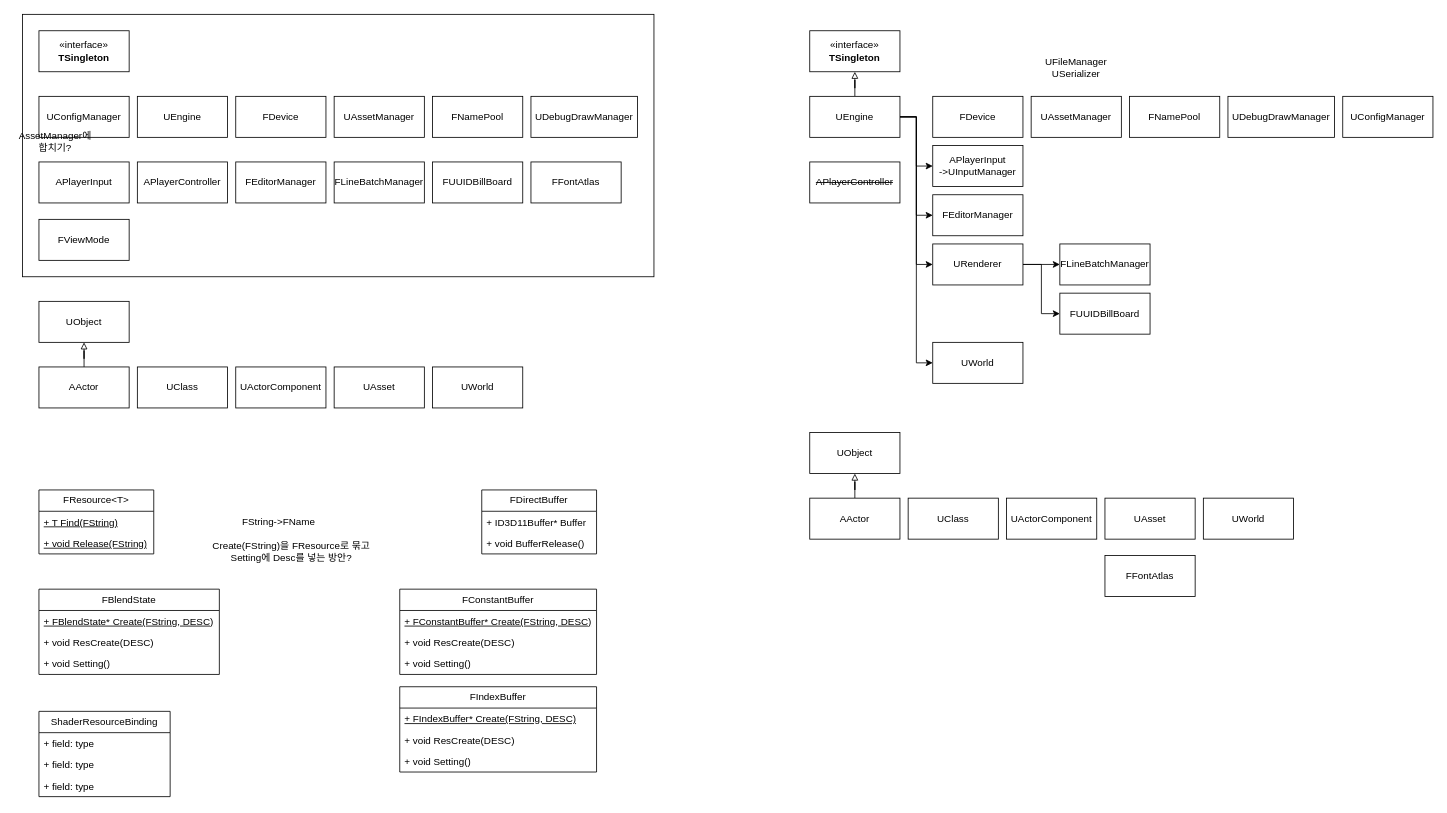
Before: page "페이지-1" (1 of 2) of classDIagram.drawio in botteyu1/Week2-Engine, a draw.io diagram. Source tidied: cells renumbered, new cells numbered last; positions are measured from the earlier drawing's top-left corner, leaving out a move shared by most shapes. Both pictures are drawn from the tidied source at 82%, with x=0, y=0 at pixel (14, 14).
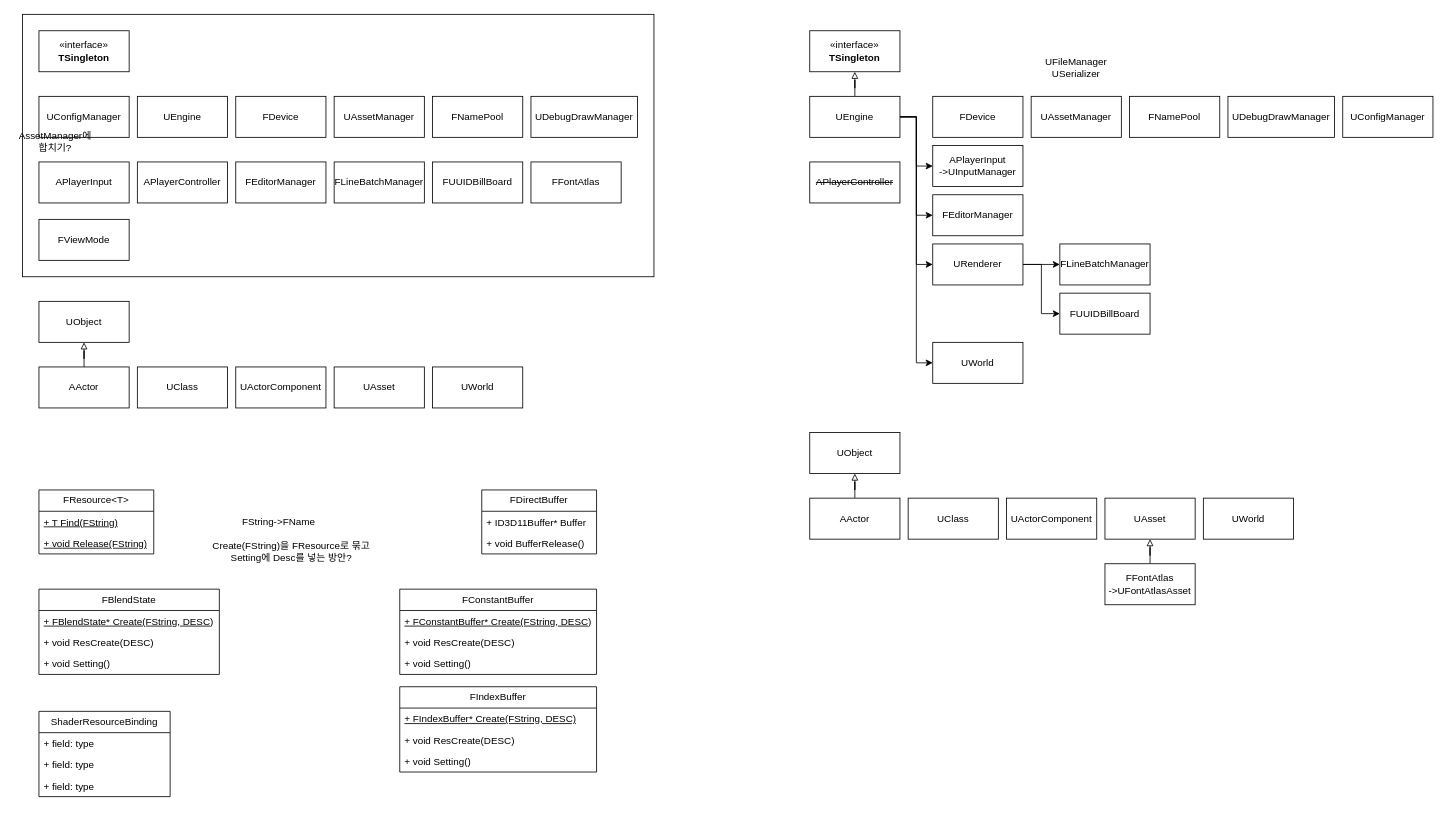
After the change.

Unchanged cells that the change refers to:
```xml
<mxCell id="65" value="UAsset" style="html=1;whiteSpace=wrap;" parent="1" vertex="1">
  <mxGeometry x="1330" y="590" width="110" height="50" as="geometry" />
</mxCell>
```

The edit, as a diff of the source:
```diff
@@
+    <mxCell id="79" style="edgeStyle=orthogonalEdgeStyle;rounded=0;jettySize=auto;html=1;entryX=0.5;entryY=1;entryDx=0;entryDy=0;endArrow=block;endFill=0;" parent="1" edge="1" source="53" target="65">
+      <mxGeometry relative="1" as="geometry" />
+    </mxCell>
-    <mxCell id="53" value="FFontAtlas" style="html=1;whiteSpace=wrap;" parent="1" vertex="1">
-      <mxGeometry x="1330" y="660" width="110" height="50" as="geometry" />
+    <mxCell id="53" value="FFontAtlas&lt;br&gt;-&amp;gt;UFontAtlasAsset" style="html=1;whiteSpace=wrap;" parent="1" vertex="1">
+      <mxGeometry x="1330" y="670" width="110" height="50" as="geometry" />
     </mxCell>
```
